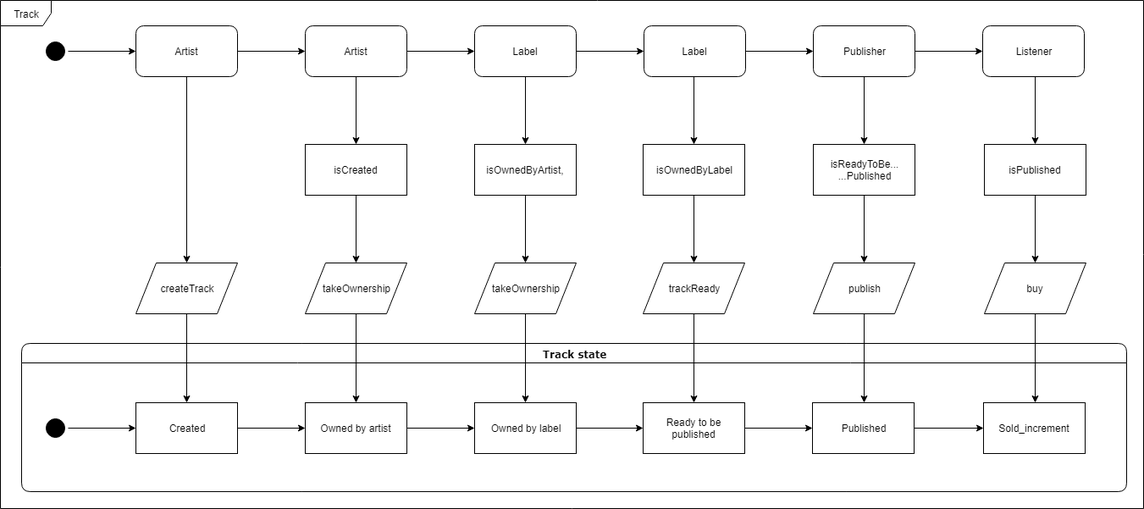
Earlier version of the draw.io export Blockchain Supply Chain - State.png (nymkappa/udacity-blockchain-nanodegree). Source tidied: cells renumbered, new cells last; positions are measured from the earlier drawing's top-left corner, leaving out a move shared by most shapes.
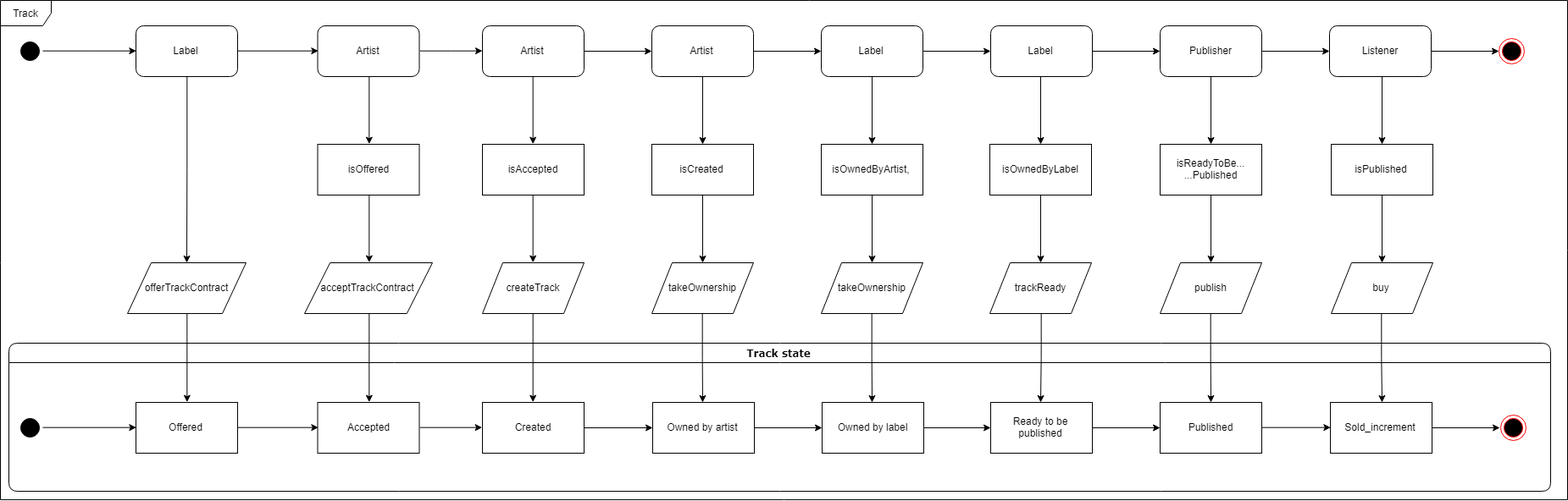
After the change.

Commit message:
Add 2 more state to track contract creation/acceptance - Add end of state symbols

Change to the diagram source:
```diff
@@ -2,63 +2,74 @@
   <root>
     <mxCell id="0" />
     <mxCell id="1" parent="0" />
-    <mxCell id="2" style="edgeStyle=orthogonalEdgeStyle;rounded=0;jettySize=auto;html=1;strokeColor=#000000;" parent="1" edge="1" source="3">
-      <mxGeometry relative="1" as="geometry">
-        <mxPoint x="160" y="60" as="targetPoint" />
-      </mxGeometry>
+    <mxCell id="2" style="edgeStyle=orthogonalEdgeStyle;rounded=0;jettySize=auto;html=1;strokeColor=#000000;entryX=0;entryY=0.5;entryDx=0;entryDy=0;" parent="1" edge="1" source="3" target="62">
+      <mxGeometry relative="1" as="geometry" />
     </mxCell>
-    <mxCell id="3" style="ellipse;html=1;shape=startState;fillColor=#000000;strokeColor=#000000;rounded=1;shadow=0;comic=0;labelBackgroundColor=none;fontFamily=Verdana;fontSize=12;fontColor=#000000;align=center;direction=south;" parent="1" vertex="1">
-      <mxGeometry x="50" y="45" width="30" height="30" as="geometry" />
-    </mxCell>
     <mxCell id="4" value="Track state&lt;br&gt;" style="swimlane;whiteSpace=wrap;html=1;rounded=1;shadow=0;comic=0;labelBackgroundColor=none;strokeColor=#000000;strokeWidth=1;fillColor=#ffffff;fontFamily=Verdana;fontSize=12;fontColor=#000000;align=center;" parent="1" vertex="1">
-      <mxGeometry x="25" y="405" width="1305" height="175" as="geometry" />
+      <mxGeometry x="-399" y="405" width="1820" height="175" as="geometry" />
     </mxCell>
-    <mxCell id="5" style="edgeStyle=orthogonalEdgeStyle;rounded=0;jettySize=auto;html=1;strokeColor=#000000;" parent="4" edge="1" source="6">
-      <mxGeometry relative="1" as="geometry">
-        <mxPoint x="135" y="100" as="targetPoint" />
-      </mxGeometry>
-    </mxCell>
-    <mxCell id="6" style="ellipse;html=1;shape=startState;fillColor=#000000;strokeColor=#000000;rounded=1;shadow=0;comic=0;labelBackgroundColor=none;fontFamily=Verdana;fontSize=12;fontColor=#000000;align=center;direction=south;" parent="4" vertex="1">
-      <mxGeometry x="25" y="85" width="30" height="30" as="geometry" />
-    </mxCell>
     <mxCell id="7" style="edgeStyle=orthogonalEdgeStyle;rounded=0;jettySize=auto;html=1;strokeColor=#000000;" parent="4" edge="1" source="8" target="10">
       <mxGeometry relative="1" as="geometry" />
     </mxCell>
     <mxCell id="8" value="Created" style="rounded=0;whiteSpace=wrap;html=1;strokeColor=#000000;" parent="4" vertex="1">
-      <mxGeometry x="135" y="70" width="120" height="60" as="geometry" />
+      <mxGeometry x="559" y="70" width="120" height="60" as="geometry" />
     </mxCell>
     <mxCell id="9" style="edgeStyle=orthogonalEdgeStyle;rounded=0;jettySize=auto;html=1;strokeColor=#000000;" parent="4" edge="1" source="10" target="12">
       <mxGeometry relative="1" as="geometry" />
     </mxCell>
     <mxCell id="10" value="Owned by artist" style="rounded=0;whiteSpace=wrap;html=1;strokeColor=#000000;" parent="4" vertex="1">
-      <mxGeometry x="335" y="70" width="120" height="60" as="geometry" />
+      <mxGeometry x="760" y="70" width="120" height="60" as="geometry" />
     </mxCell>
     <mxCell id="11" style="edgeStyle=orthogonalEdgeStyle;rounded=0;jettySize=auto;html=1;strokeColor=#000000;" parent="4" edge="1" source="12" target="14">
       <mxGeometry relative="1" as="geometry" />
     </mxCell>
     <mxCell id="12" value="Owned by label" style="rounded=0;whiteSpace=wrap;html=1;strokeColor=#000000;" parent="4" vertex="1">
-      <mxGeometry x="535" y="70" width="120" height="60" as="geometry" />
+      <mxGeometry x="960" y="70" width="120" height="60" as="geometry" />
     </mxCell>
     <mxCell id="13" style="edgeStyle=orthogonalEdgeStyle;rounded=0;jettySize=auto;html=1;strokeColor=#000000;" parent="4" edge="1" source="14" target="15">
       <mxGeometry relative="1" as="geometry" />
     </mxCell>
     <mxCell id="14" value="Ready to be published" style="rounded=0;whiteSpace=wrap;html=1;strokeColor=#000000;" parent="4" vertex="1">
-      <mxGeometry x="734" y="70" width="120" height="60" as="geometry" />
+      <mxGeometry x="1159" y="70" width="120" height="60" as="geometry" />
     </mxCell>
     <mxCell id="15" value="Published" style="rounded=0;whiteSpace=wrap;html=1;strokeColor=#000000;" parent="4" vertex="1">
-      <mxGeometry x="934" y="70" width="120" height="60" as="geometry" />
+      <mxGeometry x="1359" y="70" width="120" height="60" as="geometry" />
     </mxCell>
+    <mxCell id="58" style="edgeStyle=orthogonalEdgeStyle;rounded=0;jettySize=auto;html=1;exitX=1;exitY=0.5;exitDx=0;exitDy=0;entryX=0;entryY=0.5;entryDx=0;entryDy=0;" parent="4" edge="1" source="59" target="8">
+      <mxGeometry relative="1" as="geometry" />
+    </mxCell>
+    <mxCell id="59" value="Accepted" style="rounded=0;whiteSpace=wrap;html=1;strokeColor=#000000;" parent="4" vertex="1">
+      <mxGeometry x="364.5" y="70" width="120" height="60" as="geometry" />
+    </mxCell>
+    <mxCell id="60" style="edgeStyle=orthogonalEdgeStyle;rounded=0;jettySize=auto;html=1;exitX=1;exitY=0.5;exitDx=0;exitDy=0;entryX=0;entryY=0.5;entryDx=0;entryDy=0;" parent="4" edge="1" source="61" target="59">
+      <mxGeometry relative="1" as="geometry" />
+    </mxCell>
+    <mxCell id="61" value="Offered" style="rounded=0;whiteSpace=wrap;html=1;strokeColor=#000000;" parent="4" vertex="1">
+      <mxGeometry x="150" y="70" width="120" height="60" as="geometry" />
+    </mxCell>
+    <mxCell id="62" value="Label" style="rounded=1;whiteSpace=wrap;html=1;strokeColor=#000000;glass=0;" parent="4" vertex="1">
+      <mxGeometry x="150" y="-375" width="120" height="60" as="geometry" />
+    </mxCell>
+    <mxCell id="63" style="edgeStyle=orthogonalEdgeStyle;rounded=0;jettySize=auto;html=1;strokeColor=#000000;exitX=0.5;exitY=1;exitDx=0;exitDy=0;" parent="4" edge="1" source="62">
+      <mxGeometry relative="1" as="geometry">
+        <mxPoint x="210" y="-95" as="targetPoint" />
+      </mxGeometry>
+    </mxCell>
+    <mxCell id="64" style="edgeStyle=orthogonalEdgeStyle;rounded=0;jettySize=auto;html=1;exitX=0.5;exitY=1;exitDx=0;exitDy=0;entryX=0.5;entryY=0;entryDx=0;entryDy=0;strokeColor=#000000;" parent="4" edge="1" source="65" target="61">
+      <mxGeometry relative="1" as="geometry" />
+    </mxCell>
+    <mxCell id="65" value="offerTrackContract" style="shape=parallelogram;perimeter=parallelogramPerimeter;whiteSpace=wrap;html=1;rounded=0;shadow=0;glass=0;comic=0;strokeColor=#000000;" parent="4" vertex="1">
+      <mxGeometry x="140" y="-95" width="140" height="60" as="geometry" />
+    </mxCell>
     <mxCell id="16" style="edgeStyle=orthogonalEdgeStyle;rounded=0;jettySize=auto;html=1;strokeColor=#000000;" parent="1" edge="1" source="17" target="20">
       <mxGeometry relative="1" as="geometry" />
     </mxCell>
+    <mxCell id="66" style="edgeStyle=orthogonalEdgeStyle;rounded=0;jettySize=auto;html=1;exitX=0.5;exitY=1;exitDx=0;exitDy=0;entryX=0.5;entryY=0;entryDx=0;entryDy=0;" parent="1" edge="1" source="17" target="80">
+      <mxGeometry relative="1" as="geometry" />
+    </mxCell>
     <mxCell id="17" value="Artist" style="rounded=1;whiteSpace=wrap;html=1;strokeColor=#000000;glass=0;" parent="1" vertex="1">
       <mxGeometry x="160" y="30" width="120" height="60" as="geometry" />
     </mxCell>
-    <mxCell id="18" style="edgeStyle=orthogonalEdgeStyle;rounded=0;jettySize=auto;html=1;strokeColor=#000000;exitX=0.5;exitY=1;exitDx=0;exitDy=0;" parent="1" edge="1" source="17">
-      <mxGeometry relative="1" as="geometry">
-        <mxPoint x="220" y="310" as="targetPoint" />
-      </mxGeometry>
-    </mxCell>
     <mxCell id="19" style="edgeStyle=orthogonalEdgeStyle;rounded=0;jettySize=auto;html=1;strokeColor=#000000;" parent="1" edge="1" source="20" target="22">
       <mxGeometry relative="1" as="geometry" />
     </mxCell>
@@ -83,6 +94,11 @@
     <mxCell id="26" value="Publisher" style="rounded=1;whiteSpace=wrap;html=1;strokeColor=#000000;glass=0;" parent="1" vertex="1">
       <mxGeometry x="960" y="30" width="120" height="60" as="geometry" />
     </mxCell>
+    <mxCell id="67" style="edgeStyle=orthogonalEdgeStyle;rounded=0;jettySize=auto;html=1;" parent="1" edge="1" source="27">
+      <mxGeometry relative="1" as="geometry">
+        <mxPoint x="1360" y="60" as="targetPoint" />
+      </mxGeometry>
+    </mxCell>
     <mxCell id="27" value="Listener" style="rounded=1;whiteSpace=wrap;html=1;strokeColor=#000000;glass=0;" parent="1" vertex="1">
       <mxGeometry x="1160" y="30" width="120" height="60" as="geometry" />
     </mxCell>
@@ -176,6 +192,11 @@
     <mxCell id="49" value="publish" style="shape=parallelogram;perimeter=parallelogramPerimeter;whiteSpace=wrap;html=1;rounded=0;shadow=0;glass=0;comic=0;strokeColor=#000000;" parent="1" vertex="1">
       <mxGeometry x="960" y="310" width="120" height="60" as="geometry" />
     </mxCell>
+    <mxCell id="68" style="edgeStyle=orthogonalEdgeStyle;rounded=0;jettySize=auto;html=1;" parent="1" edge="1" source="50">
+      <mxGeometry relative="1" as="geometry">
+        <mxPoint x="1361" y="505" as="targetPoint" />
+      </mxGeometry>
+    </mxCell>
     <mxCell id="50" value="Sold_increment" style="rounded=0;whiteSpace=wrap;html=1;strokeColor=#000000;" parent="1" vertex="1">
       <mxGeometry x="1161" y="475" width="120" height="60" as="geometry" />
     </mxCell>
@@ -201,10 +222,55 @@
       <mxGeometry x="1162" y="310" width="120" height="60" as="geometry" />
     </mxCell>
     <mxCell id="56" value="Track" style="shape=umlFrame;whiteSpace=wrap;html=1;rounded=0;shadow=0;glass=0;comic=0;strokeColor=#000000;" parent="1" vertex="1">
-      <mxGeometry width="1350" height="600" as="geometry" />
+      <mxGeometry x="-409" width="1850" height="590" as="geometry" />
     </mxCell>
     <mxCell id="57" style="edgeStyle=orthogonalEdgeStyle;rounded=0;jettySize=auto;html=1;exitX=1;exitY=0.5;exitDx=0;exitDy=0;entryX=0;entryY=0.5;entryDx=0;entryDy=0;strokeColor=#000000;" parent="1" edge="1" source="15" target="50">
       <mxGeometry relative="1" as="geometry" />
     </mxCell>
+    <mxCell id="3" style="ellipse;html=1;shape=startState;fillColor=#000000;strokeColor=#000000;rounded=1;shadow=0;comic=0;labelBackgroundColor=none;fontFamily=Verdana;fontSize=12;fontColor=#000000;align=center;direction=south;" parent="1" vertex="1">
+      <mxGeometry x="-389" y="45" width="30" height="30" as="geometry" />
+    </mxCell>
+    <mxCell id="6" style="ellipse;html=1;shape=startState;fillColor=#000000;strokeColor=#000000;rounded=1;shadow=0;comic=0;labelBackgroundColor=none;fontFamily=Verdana;fontSize=12;fontColor=#000000;align=center;direction=south;" parent="1" vertex="1">
+      <mxGeometry x="-389" y="490" width="30" height="30" as="geometry" />
+    </mxCell>
+    <mxCell id="69" style="edgeStyle=orthogonalEdgeStyle;rounded=0;jettySize=auto;html=1;exitX=1;exitY=0.5;exitDx=0;exitDy=0;" parent="1" edge="1" source="70" target="17">
+      <mxGeometry relative="1" as="geometry" />
+    </mxCell>
+    <mxCell id="70" value="Artist" style="rounded=1;whiteSpace=wrap;html=1;strokeColor=#000000;glass=0;" parent="1" vertex="1">
+      <mxGeometry x="-34.5" y="30" width="120" height="60" as="geometry" />
+    </mxCell>
+    <mxCell id="71" style="edgeStyle=orthogonalEdgeStyle;rounded=0;jettySize=auto;html=1;strokeColor=#000000;exitX=0.5;exitY=1;exitDx=0;exitDy=0;entryX=0.5;entryY=0;entryDx=0;entryDy=0;" parent="1" edge="1" source="70" target="78">
+      <mxGeometry relative="1" as="geometry" />
+    </mxCell>
+    <mxCell id="72" style="edgeStyle=orthogonalEdgeStyle;rounded=0;jettySize=auto;html=1;exitX=0.5;exitY=1;exitDx=0;exitDy=0;entryX=0.5;entryY=0;entryDx=0;entryDy=0;strokeColor=#000000;" parent="1" edge="1" source="73" target="59">
+      <mxGeometry relative="1" as="geometry" />
+    </mxCell>
+    <mxCell id="73" value="acceptTrackContract" style="shape=parallelogram;perimeter=parallelogramPerimeter;whiteSpace=wrap;html=1;rounded=0;shadow=0;glass=0;comic=0;strokeColor=#000000;" parent="1" vertex="1">
+      <mxGeometry x="-50" y="310" width="151" height="60" as="geometry" />
+    </mxCell>
+    <mxCell id="74" style="ellipse;html=1;shape=endState;fillColor=#000000;strokeColor=#ff0000;shadow=0;" parent="1" vertex="1">
+      <mxGeometry x="1362" y="490" width="30" height="30" as="geometry" />
+    </mxCell>
+    <mxCell id="75" style="ellipse;html=1;shape=endState;fillColor=#000000;strokeColor=#ff0000;shadow=0;" parent="1" vertex="1">
+      <mxGeometry x="1360" y="45" width="30" height="30" as="geometry" />
+    </mxCell>
+    <mxCell id="5" style="edgeStyle=orthogonalEdgeStyle;rounded=0;jettySize=auto;html=1;strokeColor=#000000;entryX=0;entryY=0.5;entryDx=0;entryDy=0;" parent="1" edge="1" source="6" target="61">
+      <mxGeometry relative="1" as="geometry" />
+    </mxCell>
+    <mxCell id="76" style="edgeStyle=orthogonalEdgeStyle;rounded=0;jettySize=auto;html=1;exitX=1;exitY=0.5;exitDx=0;exitDy=0;entryX=0;entryY=0.5;entryDx=0;entryDy=0;" parent="1" edge="1" source="62" target="70">
+      <mxGeometry relative="1" as="geometry" />
+    </mxCell>
+    <mxCell id="77" style="edgeStyle=orthogonalEdgeStyle;rounded=0;jettySize=auto;html=1;exitX=0.5;exitY=1;exitDx=0;exitDy=0;entryX=0.5;entryY=0;entryDx=0;entryDy=0;" parent="1" edge="1" source="78" target="73">
+      <mxGeometry relative="1" as="geometry" />
+    </mxCell>
+    <mxCell id="78" value="isOffered" style="rounded=0;whiteSpace=wrap;html=1;strokeColor=#000000;glass=0;" parent="1" vertex="1">
+      <mxGeometry x="-34.5" y="170" width="120" height="60" as="geometry" />
+    </mxCell>
+    <mxCell id="79" style="edgeStyle=orthogonalEdgeStyle;rounded=0;jettySize=auto;html=1;exitX=0.5;exitY=1;exitDx=0;exitDy=0;entryX=0.5;entryY=0;entryDx=0;entryDy=0;" parent="1" edge="1" source="80" target="29">
+      <mxGeometry relative="1" as="geometry" />
+    </mxCell>
+    <mxCell id="80" value="isAccepted" style="rounded=0;whiteSpace=wrap;html=1;strokeColor=#000000;glass=0;" parent="1" vertex="1">
+      <mxGeometry x="160" y="170" width="120" height="60" as="geometry" />
+    </mxCell>
   </root>
 </mxGraphModel>
```
